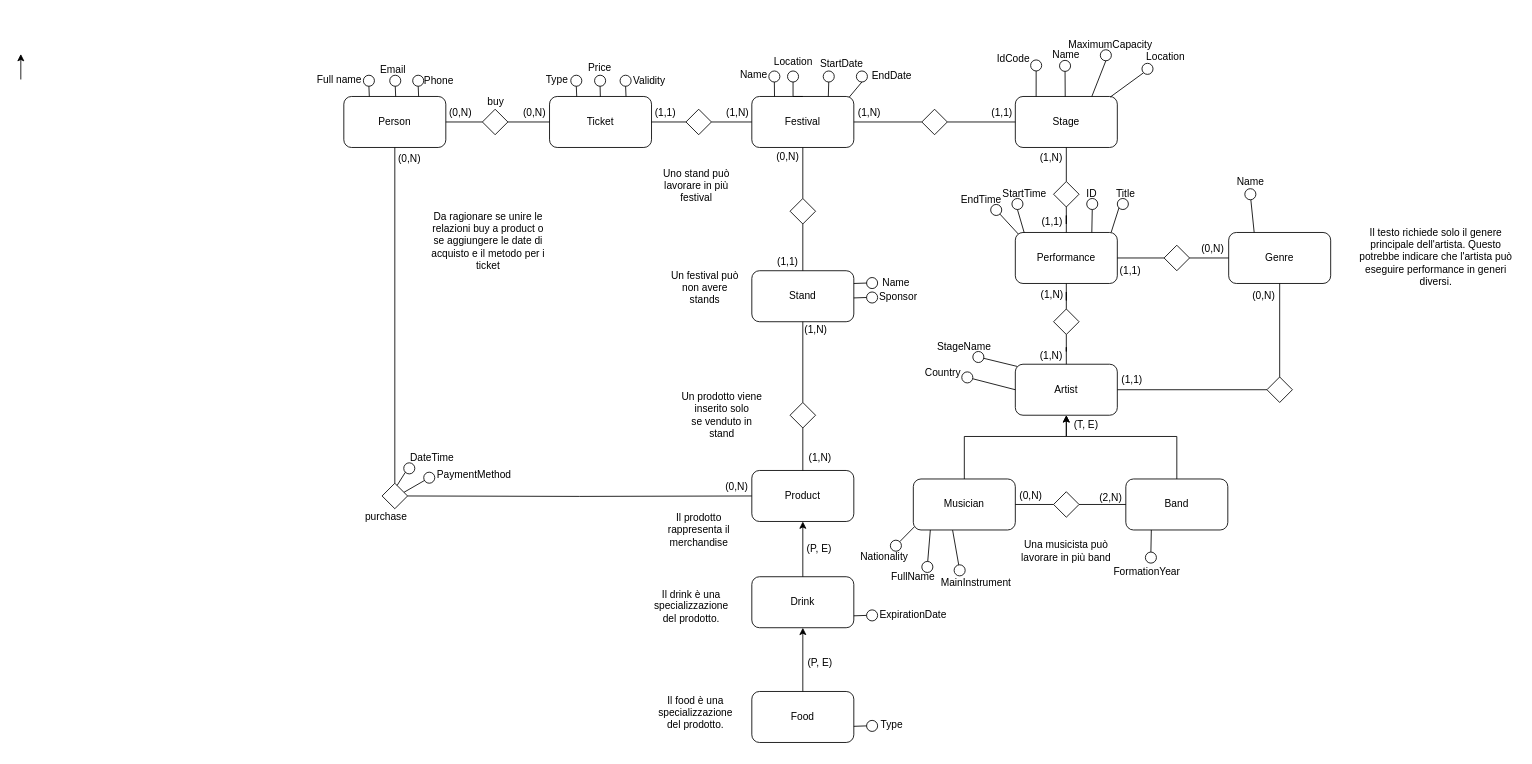
The draw.io diagram progetto_EICTA.drawio in francescoaurora/EICTA, before the edit. Source tidied: cells renumbered, new cells numbered last; positions are measured from the earlier drawing's top-left corner, leaving out a move shared by most shapes. Both pictures are drawn from the tidied source at 85%, with x=0, y=0 at pixel (20, 41).
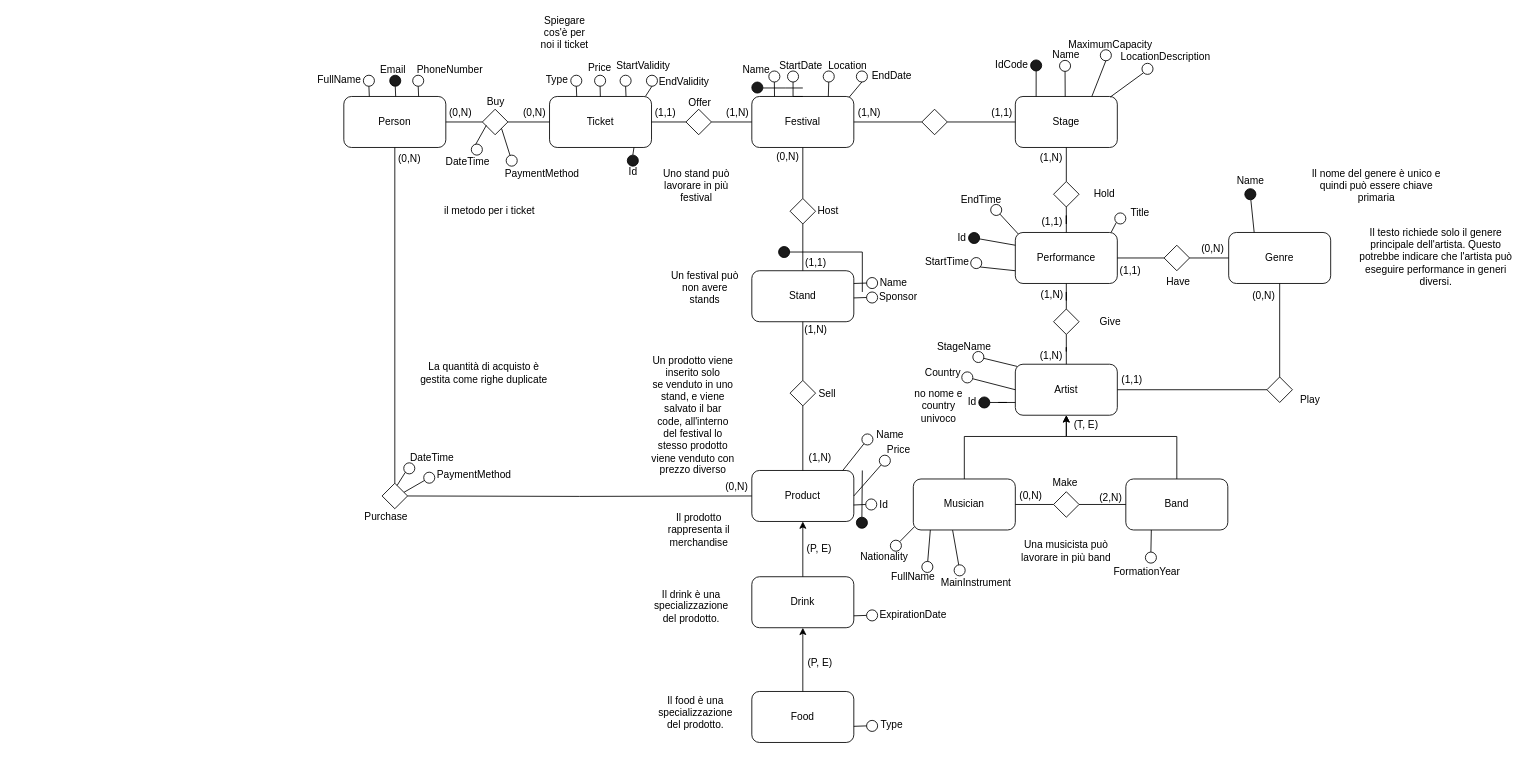
Above is the later version.

Unchanged cells that the change refers to:
```xml
<mxCell id="3" value="Artist" style="rounded=1;whiteSpace=wrap;html=1;" parent="1" vertex="1">
  <mxGeometry x="1170" y="380" width="120" height="60" as="geometry" />
</mxCell>
<mxCell id="4" value="Performance" style="rounded=1;whiteSpace=wrap;html=1;" parent="1" vertex="1">
  <mxGeometry x="1170" y="225" width="120" height="60" as="geometry" />
</mxCell>
<mxCell id="51" value="Product" style="rounded=1;whiteSpace=wrap;html=1;" parent="1" vertex="1">
  <mxGeometry x="860" y="505" width="120" height="60" as="geometry" />
</mxCell>
<mxCell id="66" value="Ticket" style="rounded=1;whiteSpace=wrap;html=1;" parent="1" vertex="1">
  <mxGeometry x="622" y="65" width="120" height="60" as="geometry" />
</mxCell>
<mxCell id="74" style="rhombus;whiteSpace=wrap;html=1;" parent="1" vertex="1">
  <mxGeometry x="543" y="80" width="30" height="30" as="geometry" />
</mxCell>
```

Diff of the diagram source:
```diff
@@
     <mxCell id="47" value="(1,1)" style="text;html=1;align=center;verticalAlign=middle;strokeColor=none;fillColor=none;" parent="1" vertex="1">
-      <mxGeometry x="877" y="245" width="50" height="30" as="geometry" />
+      <mxGeometry x="910" y="246" width="50" height="30" as="geometry" />
     </mxCell>
@@
     <mxCell id="53" style="rhombus;whiteSpace=wrap;html=1;" parent="1" vertex="1">
-      <mxGeometry x="905" y="425" width="30" height="30" as="geometry" />
+      <mxGeometry x="905" y="399" width="30" height="30" as="geometry" />
     </mxCell>
@@
-    <mxCell id="57" value="Un prodotto viene inserito solo se&amp;nbsp;venduto in stand" style="text;html=1;align=center;verticalAlign=middle;rounded=0;whiteSpace=wrap;" parent="1" vertex="1">
-      <mxGeometry x="775" y="395" width="100" height="90" as="geometry" />
+    <mxCell id="57" value="Un prodotto viene inserito solo se&amp;nbsp;venduto in uno stand, e viene salvato il bar code, all'interno del festival lo stesso prodotto viene venduto con prezzo diverso" style="text;html=1;align=center;verticalAlign=middle;rounded=0;whiteSpace=wrap;" parent="1" vertex="1">
+      <mxGeometry x="740.5" y="365" width="100" height="150" as="geometry" />
     </mxCell>
@@
-    <mxCell id="92" style="edgeStyle=orthogonalEdgeStyle;rounded=0;orthogonalLoop=1;jettySize=auto;html=1;" parent="1" edge="1">
-      <mxGeometry relative="1" as="geometry">
-        <mxPoint y="45" as="sourcePoint" />
-        <mxPoint y="15" as="targetPoint" />
-      </mxGeometry>
-    </mxCell>
@@
-    <mxCell id="103" style="ellipse;whiteSpace=wrap;html=1;" parent="1" vertex="1">
+    <mxCell id="103" style="ellipse;whiteSpace=wrap;html=1;fillColor=#1A1A1A;" parent="1" vertex="1">
       <mxGeometry x="1188" y="22" width="13" height="13" as="geometry" />
     </mxCell>
@@
-    <mxCell id="106" value="Name" style="text;html=1;align=center;verticalAlign=middle;strokeColor=none;fillColor=none;" parent="1" vertex="1">
-      <mxGeometry x="832" y="24.5" width="60" height="30" as="geometry" />
-    </mxCell>
     <mxCell id="107" value="Location" style="text;html=1;align=center;verticalAlign=middle;whiteSpace=wrap;rounded=0;" parent="1" vertex="1">
-      <mxGeometry x="879" y="10" width="60" height="30" as="geometry" />
+      <mxGeometry x="942.5" y="13.5" width="60" height="30" as="geometry" />
     </mxCell>
@@
     <mxCell id="109" value="StartDate" style="text;html=1;whiteSpace=wrap;strokeColor=none;fillColor=none;align=center;verticalAlign=middle;rounded=0;" parent="1" vertex="1">
-      <mxGeometry x="936" y="12" width="60" height="30" as="geometry" />
+      <mxGeometry x="891.5" y="21.5" width="51.5" height="14.5" as="geometry" />
     </mxCell>
     <mxCell id="110" value="IdCode" style="text;html=1;whiteSpace=wrap;strokeColor=none;fillColor=none;align=center;verticalAlign=middle;rounded=0;" parent="1" vertex="1">
-      <mxGeometry x="1138" y="5.5" width="60" height="30" as="geometry" />
+      <mxGeometry x="1145" y="18.5" width="42" height="19.5" as="geometry" />
     </mxCell>
@@
-    <mxCell id="121" value="Location" style="text;html=1;whiteSpace=wrap;strokeColor=none;fillColor=none;align=center;verticalAlign=middle;rounded=0;" parent="1" vertex="1">
+    <mxCell id="121" value="LocationDescription" style="text;html=1;whiteSpace=wrap;strokeColor=none;fillColor=none;align=center;verticalAlign=middle;rounded=0;" parent="1" vertex="1">
       <mxGeometry x="1317" y="3.5" width="60" height="30" as="geometry" />
     </mxCell>
-    <mxCell id="122" style="edgeStyle=orthogonalEdgeStyle;rounded=0;jettySize=auto;html=1;exitX=0.5;exitY=1;exitDx=0;exitDy=0;entryX=0.75;entryY=0;entryDx=0;entryDy=0;endArrow=none;endFill=0;" parent="1" edge="1" source="124" target="4">
-      <mxGeometry relative="1" as="geometry" />
-    </mxCell>
@@
-    <mxCell id="124" style="ellipse;whiteSpace=wrap;html=1;" parent="1" vertex="1">
-      <mxGeometry x="1254" y="185" width="13" height="13" as="geometry" />
-    </mxCell>
-    <mxCell id="125" value="Validity" style="text;html=1;whiteSpace=wrap;strokeColor=none;fillColor=none;align=center;verticalAlign=middle;rounded=0;" parent="1" vertex="1">
-      <mxGeometry x="721" y="38" width="37" height="17" as="geometry" />
+    <mxCell id="125" value="StartValidity" style="text;html=1;whiteSpace=wrap;strokeColor=none;fillColor=none;align=center;verticalAlign=middle;rounded=0;" parent="1" vertex="1">
+      <mxGeometry x="713.5" y="20.2" width="37" height="17" as="geometry" />
     </mxCell>
-    <mxCell id="126" value="ID" style="text;html=1;whiteSpace=wrap;strokeColor=none;fillColor=none;align=center;verticalAlign=middle;rounded=0;" parent="1" vertex="1">
-      <mxGeometry x="1230" y="165" width="60" height="30" as="geometry" />
+    <mxCell id="126" value="Id" style="text;html=1;whiteSpace=wrap;strokeColor=none;fillColor=none;align=center;verticalAlign=middle;rounded=0;" parent="1" vertex="1">
+      <mxGeometry x="1090" y="221.5" width="34.5" height="20" as="geometry" />
     </mxCell>
-    <mxCell id="127" style="ellipse;whiteSpace=wrap;html=1;" parent="1" vertex="1">
+    <mxCell id="127" style="ellipse;whiteSpace=wrap;html=1;fillColor=#1A1A1A;" parent="1" vertex="1">
       <mxGeometry x="434" y="40" width="13" height="13" as="geometry" />
     </mxCell>
@@
     <mxCell id="130" style="ellipse;whiteSpace=wrap;html=1;" parent="1" vertex="1">
-      <mxGeometry x="1290" y="185" width="13" height="13" as="geometry" />
+      <mxGeometry x="1287" y="202" width="13" height="13" as="geometry" />
     </mxCell>
@@
     <mxCell id="132" value="Title" style="text;html=1;whiteSpace=wrap;strokeColor=none;fillColor=none;align=center;verticalAlign=middle;rounded=0;" parent="1" vertex="1">
-      <mxGeometry x="1270" y="165" width="60" height="30" as="geometry" />
+      <mxGeometry x="1287" y="186.5" width="60" height="30" as="geometry" />
     </mxCell>
@@
     <mxCell id="134" style="ellipse;whiteSpace=wrap;html=1;" parent="1" vertex="1">
-      <mxGeometry x="1166" y="185" width="13" height="13" as="geometry" />
+      <mxGeometry x="1117.5" y="254.5" width="13" height="13" as="geometry" />
     </mxCell>
@@
-    <mxCell id="136" style="rounded=0;jettySize=auto;html=1;exitX=0.5;exitY=1;exitDx=0;exitDy=0;endArrow=none;endFill=0;entryX=0.087;entryY=0.003;entryDx=0;entryDy=0;entryPerimeter=0;" parent="1" edge="1" source="134" target="4">
+    <mxCell id="136" style="rounded=0;jettySize=auto;html=1;exitX=1;exitY=1;exitDx=0;exitDy=0;endArrow=none;endFill=0;entryX=0;entryY=0.75;entryDx=0;entryDy=0;" parent="1" edge="1" source="134" target="4">
       <mxGeometry relative="1" as="geometry" />
     </mxCell>
@@
     <mxCell id="138" value="StartTime" style="text;html=1;whiteSpace=wrap;strokeColor=none;fillColor=none;align=center;verticalAlign=middle;rounded=0;" parent="1" vertex="1">
-      <mxGeometry x="1151" y="165" width="60" height="30" as="geometry" />
+      <mxGeometry x="1060" y="245" width="60" height="30" as="geometry" />
     </mxCell>
-    <mxCell id="139" value="Full name" style="text;html=1;whiteSpace=wrap;strokeColor=none;fillColor=none;align=center;verticalAlign=middle;rounded=0;" parent="1" vertex="1">
+    <mxCell id="139" value="FullName" style="text;html=1;whiteSpace=wrap;strokeColor=none;fillColor=none;align=center;verticalAlign=middle;rounded=0;" parent="1" vertex="1">
       <mxGeometry x="345" y="39" width="60" height="14" as="geometry" />
     </mxCell>
@@
-    <mxCell id="143" value="Phone" style="text;html=1;whiteSpace=wrap;strokeColor=none;fillColor=none;align=center;verticalAlign=middle;rounded=0;" parent="1" vertex="1">
-      <mxGeometry x="462" y="32" width="60" height="30" as="geometry" />
+    <mxCell id="143" value="PhoneNumber" style="text;html=1;whiteSpace=wrap;strokeColor=none;fillColor=none;align=center;verticalAlign=middle;rounded=0;" parent="1" vertex="1">
+      <mxGeometry x="475" y="18.5" width="60" height="30" as="geometry" />
     </mxCell>
@@
-    <mxCell id="145" value="buy" style="text;html=1;whiteSpace=wrap;strokeColor=none;fillColor=none;align=center;verticalAlign=middle;rounded=0;" parent="1" vertex="1">
+    <mxCell id="145" value="Buy" style="text;html=1;whiteSpace=wrap;strokeColor=none;fillColor=none;align=center;verticalAlign=middle;rounded=0;" parent="1" vertex="1">
       <mxGeometry x="529" y="56" width="60" height="30" as="geometry" />
     </mxCell>
@@
-    <mxCell id="147" value="purchase" style="text;html=1;whiteSpace=wrap;strokeColor=none;fillColor=none;align=center;verticalAlign=middle;rounded=0;" parent="1" vertex="1">
+    <mxCell id="147" value="Purchase" style="text;html=1;whiteSpace=wrap;strokeColor=none;fillColor=none;align=center;verticalAlign=middle;rounded=0;" parent="1" vertex="1">
       <mxGeometry x="400" y="545" width="60" height="30" as="geometry" />
     </mxCell>
@@
-    <mxCell id="154" value="Da ragionare se unire le relazioni buy a product o se aggiungere le date di acquisto e il metodo per i ticket" style="text;html=1;whiteSpace=wrap;strokeColor=none;fillColor=none;align=center;verticalAlign=middle;rounded=0;" parent="1" vertex="1">
-      <mxGeometry x="480" y="185" width="140" height="100" as="geometry" />
+    <mxCell id="154" value="&amp;nbsp;il metodo per i ticket" style="text;html=1;whiteSpace=wrap;strokeColor=none;fillColor=none;align=center;verticalAlign=middle;rounded=0;" parent="1" vertex="1">
+      <mxGeometry x="480" y="185" width="140" height="30" as="geometry" />
     </mxCell>
@@
     <mxCell id="170" value="Name" style="text;html=1;whiteSpace=wrap;strokeColor=none;fillColor=none;align=center;verticalAlign=middle;rounded=0;" parent="1" vertex="1">
-      <mxGeometry x="1010" y="275" width="40" height="20" as="geometry" />
+      <mxGeometry x="1007" y="275" width="40" height="20" as="geometry" />
     </mxCell>
@@
-    <mxCell id="173" style="ellipse;whiteSpace=wrap;html=1;" parent="1" vertex="1">
+    <mxCell id="173" style="ellipse;whiteSpace=wrap;html=1;fillColor=#1A1A1A;" parent="1" vertex="1">
       <mxGeometry x="1440" y="173.5" width="13" height="13" as="geometry" />
     </mxCell>
@@
     <mxCell id="175" value="Name" style="text;html=1;whiteSpace=wrap;strokeColor=none;fillColor=none;align=center;verticalAlign=middle;rounded=0;" parent="1" vertex="1">
-      <mxGeometry x="1416.5" y="151" width="60" height="30" as="geometry" />
+      <mxGeometry x="1424.8" y="158" width="43.5" height="14" as="geometry" />
     </mxCell>
+    <mxCell id="183" style="ellipse;whiteSpace=wrap;html=1;" parent="1" vertex="1">
+      <mxGeometry x="989.5" y="462" width="13" height="13" as="geometry" />
+    </mxCell>
@@
+    <mxCell id="184" style="rounded=0;jettySize=auto;html=1;endArrow=none;endFill=0;" parent="1" edge="1" source="183">
+      <mxGeometry relative="1" as="geometry">
+        <mxPoint x="967" y="505" as="targetPoint" />
+      </mxGeometry>
+    </mxCell>
@@
+    <mxCell id="185" value="Name" style="text;html=1;whiteSpace=wrap;strokeColor=none;fillColor=none;align=center;verticalAlign=middle;rounded=0;" parent="1" vertex="1">
+      <mxGeometry x="1002.5" y="451" width="40" height="24" as="geometry" />
+    </mxCell>
@@
+    <mxCell id="186" style="rounded=0;jettySize=auto;html=1;endArrow=none;endFill=0;entryX=1;entryY=0.5;entryDx=0;entryDy=0;" parent="1" edge="1" source="187" target="51">
+      <mxGeometry relative="1" as="geometry" />
+    </mxCell>
@@
+    <mxCell id="187" style="ellipse;whiteSpace=wrap;html=1;" parent="1" vertex="1">
+      <mxGeometry x="1010" y="487" width="13" height="13" as="geometry" />
+    </mxCell>
@@
+    <mxCell id="188" value="Price" style="text;html=1;whiteSpace=wrap;strokeColor=none;fillColor=none;align=center;verticalAlign=middle;rounded=0;" parent="1" vertex="1">
+      <mxGeometry x="1002.5" y="466" width="60" height="30" as="geometry" />
+    </mxCell>
@@
+    <mxCell id="189" value="Host" style="text;html=1;whiteSpace=wrap;strokeColor=none;fillColor=none;align=center;verticalAlign=middle;rounded=0;" parent="1" vertex="1">
+      <mxGeometry x="920" y="185" width="60" height="30" as="geometry" />
+    </mxCell>
+    <mxCell id="190" value="Sell" style="text;html=1;whiteSpace=wrap;strokeColor=none;fillColor=none;align=center;verticalAlign=middle;rounded=0;" parent="1" vertex="1">
+      <mxGeometry x="934" y="400" width="30" height="30" as="geometry" />
+    </mxCell>
+    <mxCell id="191" style="rounded=0;jettySize=auto;html=1;entryX=0;entryY=0.25;entryDx=0;entryDy=0;endArrow=none;endFill=0;" parent="1" edge="1" source="193" target="4">
+      <mxGeometry relative="1" as="geometry" />
+    </mxCell>
+    <mxCell id="192" value="Offer" style="text;html=1;whiteSpace=wrap;strokeColor=none;fillColor=none;align=center;verticalAlign=middle;rounded=0;" parent="1" vertex="1">
+      <mxGeometry x="769" y="58" width="60" height="30" as="geometry" />
+    </mxCell>
+    <mxCell id="193" style="ellipse;whiteSpace=wrap;html=1;fillColor=#1A1A1A;" parent="1" vertex="1">
+      <mxGeometry x="1115" y="225" width="13" height="13" as="geometry" />
+    </mxCell>
+    <mxCell id="194" value="Hold" style="text;html=1;whiteSpace=wrap;strokeColor=none;fillColor=none;align=center;verticalAlign=middle;rounded=0;" parent="1" vertex="1">
+      <mxGeometry x="1245" y="165" width="60" height="30" as="geometry" />
+    </mxCell>
+    <mxCell id="195" value="Give" style="text;html=1;whiteSpace=wrap;strokeColor=none;fillColor=none;align=center;verticalAlign=middle;rounded=0;" parent="1" vertex="1">
+      <mxGeometry x="1252" y="315" width="60" height="30" as="geometry" />
+    </mxCell>
+    <mxCell id="196" value="Play" style="text;html=1;whiteSpace=wrap;strokeColor=none;fillColor=none;align=center;verticalAlign=middle;rounded=0;" parent="1" vertex="1">
+      <mxGeometry x="1487" y="407" width="60" height="30" as="geometry" />
+    </mxCell>
+    <mxCell id="197" value="Have" style="text;html=1;whiteSpace=wrap;strokeColor=none;fillColor=none;align=center;verticalAlign=middle;rounded=0;" parent="1" vertex="1">
+      <mxGeometry x="1332" y="267.5" width="60" height="30" as="geometry" />
+    </mxCell>
+    <mxCell id="198" value="Make" style="text;html=1;whiteSpace=wrap;strokeColor=none;fillColor=none;align=center;verticalAlign=middle;rounded=0;" parent="1" vertex="1">
+      <mxGeometry x="1198.5" y="505" width="60" height="30" as="geometry" />
+    </mxCell>
+    <mxCell id="199" style="ellipse;whiteSpace=wrap;html=1;" parent="1" vertex="1">
+      <mxGeometry x="530" y="121" width="13" height="13" as="geometry" />
+    </mxCell>
+    <mxCell id="200" style="endArrow=none;html=1;rounded=0;entryX=0.156;entryY=0.632;entryDx=0;entryDy=0;exitX=0.392;exitY=0.032;exitDx=0;exitDy=0;entryPerimeter=0;exitPerimeter=0;" parent="1" edge="1" source="199" target="74">
+      <mxGeometry relative="1" as="geometry" />
+    </mxCell>
+    <mxCell id="201" value="DateTime" style="text;html=1;whiteSpace=wrap;strokeColor=none;fillColor=none;align=center;verticalAlign=middle;rounded=0;" parent="1" vertex="1">
+      <mxGeometry x="500" y="132" width="52" height="20" as="geometry" />
+    </mxCell>
+    <mxCell id="202" style="ellipse;whiteSpace=wrap;html=1;" parent="1" vertex="1">
+      <mxGeometry x="571" y="134" width="13" height="13" as="geometry" />
+    </mxCell>
+    <mxCell id="203" style="endArrow=none;html=1;rounded=0;entryX=1;entryY=1;entryDx=0;entryDy=0;" parent="1" edge="1" source="202" target="74">
+      <mxGeometry relative="1" as="geometry" />
+    </mxCell>
+    <mxCell id="204" value="PaymentMethod" style="text;html=1;whiteSpace=wrap;strokeColor=none;fillColor=none;align=center;verticalAlign=middle;rounded=0;" parent="1" vertex="1">
+      <mxGeometry x="567" y="151" width="93" height="10" as="geometry" />
+    </mxCell>
+    <mxCell id="205" value="Id" style="text;html=1;whiteSpace=wrap;strokeColor=none;fillColor=none;align=center;verticalAlign=middle;rounded=0;" parent="1" vertex="1">
+      <mxGeometry x="699.5" y="147" width="41" height="14" as="geometry" />
+    </mxCell>
+    <mxCell id="206" style="ellipse;whiteSpace=wrap;html=1;fillColor=#1A1A1A;" parent="1" vertex="1">
+      <mxGeometry x="713.5" y="134" width="13" height="13" as="geometry" />
+    </mxCell>
+    <mxCell id="207" style="rounded=0;jettySize=auto;html=1;entryX=0.828;entryY=0.999;entryDx=0;entryDy=0;entryPerimeter=0;endArrow=none;endFill=0;exitX=0.5;exitY=0;exitDx=0;exitDy=0;" parent="1" edge="1" source="206" target="66">
+      <mxGeometry relative="1" as="geometry" />
+    </mxCell>
+    <mxCell id="208" value="&lt;span style=&quot;text-wrap-mode: nowrap;&quot;&gt;Name&lt;/span&gt;" style="text;html=1;whiteSpace=wrap;strokeColor=none;fillColor=none;align=center;verticalAlign=middle;rounded=0;" parent="1" vertex="1">
+      <mxGeometry x="850" y="27" width="31" height="14.5" as="geometry" />
+    </mxCell>
+    <mxCell id="209" style="edgeStyle=orthogonalEdgeStyle;rounded=0;jettySize=auto;html=1;endArrow=none;endFill=0;" parent="1" edge="1" source="210">
+      <mxGeometry relative="1" as="geometry">
+        <mxPoint x="920" y="55" as="targetPoint" />
+        <Array as="points">
+          <mxPoint x="900" y="55" />
+        </Array>
+      </mxGeometry>
+    </mxCell>
+    <mxCell id="210" style="ellipse;whiteSpace=wrap;html=1;fillColor=#1A1A1A;" parent="1" vertex="1">
+      <mxGeometry x="860" y="48" width="13" height="13" as="geometry" />
+    </mxCell>
+    <mxCell id="211" style="ellipse;whiteSpace=wrap;html=1;" parent="1" vertex="1">
+      <mxGeometry x="736" y="40" width="13" height="13" as="geometry" />
+    </mxCell>
+    <mxCell id="212" style="endArrow=none;html=1;rounded=0;entryX=0.942;entryY=-0.007;entryDx=0;entryDy=0;exitX=0.5;exitY=1;exitDx=0;exitDy=0;entryPerimeter=0;" parent="1" edge="1" source="211" target="66">
+      <mxGeometry relative="1" as="geometry" />
+    </mxCell>
+    <mxCell id="213" value="EndValidity" style="text;html=1;whiteSpace=wrap;strokeColor=none;fillColor=none;align=center;verticalAlign=middle;rounded=0;" parent="1" vertex="1">
+      <mxGeometry x="754" y="39" width="53" height="17" as="geometry" />
+    </mxCell>
+    <mxCell id="214" value="Spiegare cos'è per noi il ticket" style="text;html=1;whiteSpace=wrap;strokeColor=none;fillColor=none;align=center;verticalAlign=middle;rounded=0;" parent="1" vertex="1">
+      <mxGeometry x="610" y="-25" width="60" height="30" as="geometry" />
+    </mxCell>
+    <mxCell id="215" style="edgeStyle=orthogonalEdgeStyle;rounded=0;jettySize=auto;html=1;endArrow=none;endFill=0;entryX=1;entryY=0.5;entryDx=0;entryDy=0;" parent="1" edge="1" target="216">
+      <mxGeometry relative="1" as="geometry">
+        <mxPoint x="990" y="295" as="sourcePoint" />
+        <Array as="points">
+          <mxPoint x="990" y="248" />
+        </Array>
+      </mxGeometry>
+    </mxCell>
+    <mxCell id="216" style="ellipse;whiteSpace=wrap;html=1;fillColor=#1A1A1A;" parent="1" vertex="1">
+      <mxGeometry x="891.5" y="241.5" width="13" height="13" as="geometry" />
+    </mxCell>
+    <mxCell id="217" value="La quantità di acquisto è gestita come righe duplicate" style="text;html=1;whiteSpace=wrap;strokeColor=none;fillColor=none;align=center;verticalAlign=middle;rounded=0;" parent="1" vertex="1">
+      <mxGeometry x="460" y="375" width="170" height="30" as="geometry" />
+    </mxCell>
+    <mxCell id="218" value="Id" style="text;html=1;whiteSpace=wrap;strokeColor=none;fillColor=none;align=center;verticalAlign=middle;rounded=0;" parent="1" vertex="1">
+      <mxGeometry x="995" y="539" width="41" height="14" as="geometry" />
+    </mxCell>
+    <mxCell id="219" style="ellipse;whiteSpace=wrap;html=1;fillColor=#FFFFFF;" parent="1" vertex="1">
+      <mxGeometry x="994" y="538.5" width="13" height="13" as="geometry" />
+    </mxCell>
+    <mxCell id="220" style="rounded=0;jettySize=auto;html=1;entryX=0.998;entryY=0.677;entryDx=0;entryDy=0;entryPerimeter=0;endArrow=none;endFill=0;exitX=0;exitY=0.5;exitDx=0;exitDy=0;" parent="1" edge="1" source="219" target="51">
+      <mxGeometry relative="1" as="geometry" />
+    </mxCell>
+    <mxCell id="221" value="Il nome del genere è unico e quindi può essere chiave primaria" style="text;html=1;whiteSpace=wrap;strokeColor=none;fillColor=none;align=center;verticalAlign=middle;rounded=0;" parent="1" vertex="1">
+      <mxGeometry x="1510" y="145" width="170" height="50" as="geometry" />
+    </mxCell>
+    <mxCell id="222" value="Id" style="text;html=1;whiteSpace=wrap;strokeColor=none;fillColor=none;align=center;verticalAlign=middle;rounded=0;" parent="1" vertex="1">
+      <mxGeometry x="1102" y="414" width="34.5" height="20" as="geometry" />
+    </mxCell>
+    <mxCell id="223" style="edgeStyle=orthogonalEdgeStyle;rounded=0;jettySize=auto;html=1;entryX=0;entryY=0.75;entryDx=0;entryDy=0;endArrow=none;endFill=0;" parent="1" edge="1" source="224" target="3">
+      <mxGeometry relative="1" as="geometry" />
+    </mxCell>
+    <mxCell id="224" style="ellipse;whiteSpace=wrap;html=1;fillColor=#1A1A1A;" parent="1" vertex="1">
+      <mxGeometry x="1127" y="418.5" width="13" height="13" as="geometry" />
+    </mxCell>
+    <mxCell id="225" value="no nome e country univoco" style="text;html=1;whiteSpace=wrap;strokeColor=none;fillColor=none;align=center;verticalAlign=middle;rounded=0;" parent="1" vertex="1">
+      <mxGeometry x="1050" y="414" width="60" height="30" as="geometry" />
+    </mxCell>
+    <mxCell id="226" style="rounded=0;jettySize=auto;html=1;exitX=0.5;exitY=0;exitDx=0;exitDy=0;endArrow=none;endFill=0;" parent="1" edge="1" source="227">
+      <mxGeometry relative="1" as="geometry">
+        <mxPoint x="990" y="505" as="targetPoint" />
+      </mxGeometry>
+    </mxCell>
+    <mxCell id="227" style="ellipse;whiteSpace=wrap;html=1;fillColor=#1A1A1A;" parent="1" vertex="1">
+      <mxGeometry x="983" y="560" width="13" height="13" as="geometry" />
+    </mxCell>
```
